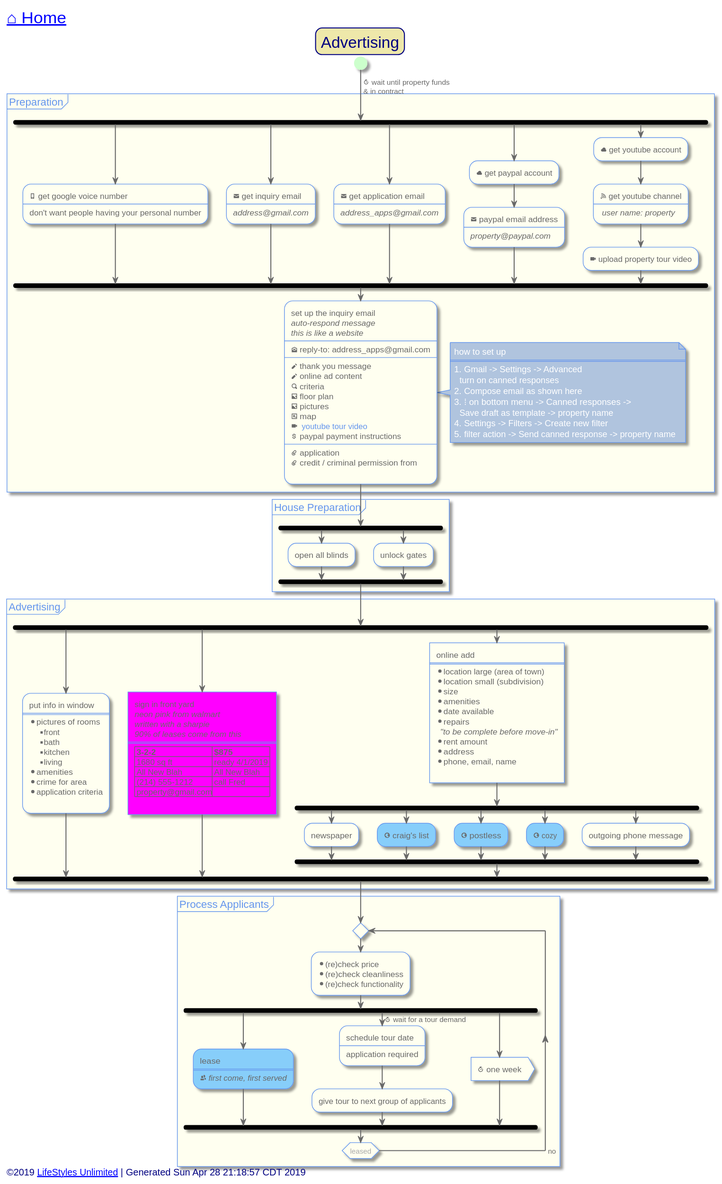
Earlier version of the PlantUML export out/src/single-family/advertising.svg (toddmo/lifestylesunlimited).
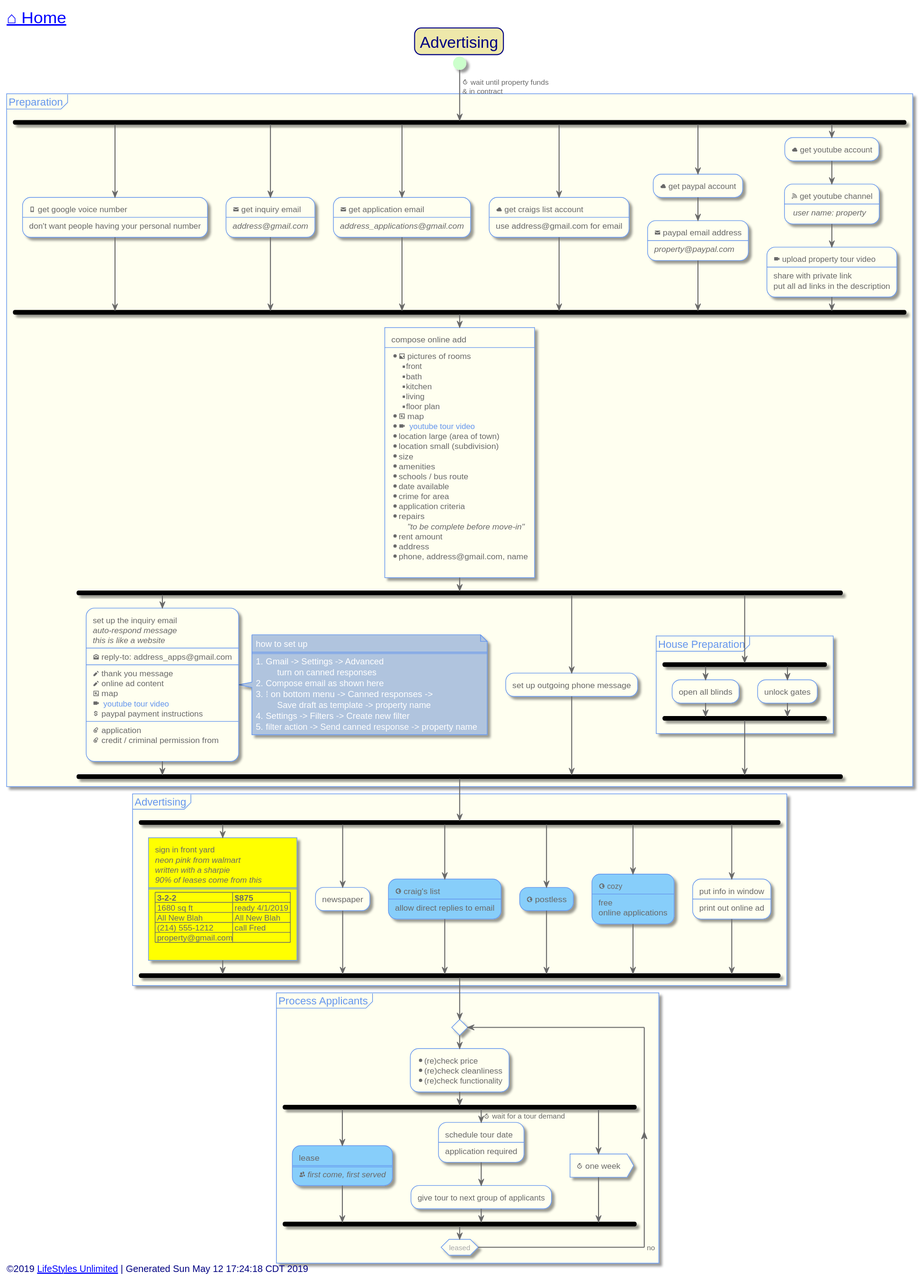
After the change.

Diff of the diagram source:
```diff
@@ -97,7 +97,12 @@
 		fork again
 			:<&envelope-closed> get application email
 			----
-			<i>address_apps@gmail.com;
+			<i>address_applications@gmail.com;
+		fork again
+			:<&cloud> get craigs list account
+			----
+			use address@gmail.com for email;
+
 		fork again
 			:<&cloud> get paypal account;
 			:<&envelope-closed> paypal email address
@@ -108,63 +113,80 @@
 			:<&rss> get youtube channel
 			----
 			<&user> <i>user name: property;
-			:<&video> upload property tour video;
+			:<&video> upload property tour video
+			----
+			share with private link
+			put all ad links in the description;
 		end fork
 
-		:set up the inquiry email
-		<i>auto-respond message
-		<i>this is like a website
+		:compose online add
 		----
-		<&envelope-open> reply-to: address_apps@gmail.com
-		----
-		<&pencil> thank you message
-		<&pencil> online ad content
-		<&magnifying-glass> criteria
-		<&image> floor plan
-		<&image> pictures
-		<&map> map
-		<&video> <color:cornflowerblue> youtube tour video
-		<&dollar> paypal payment instructions
-		----
-		<&paperclip> application
-		<&paperclip> credit / criminal permission from
-		;
-		note right
-			how to set up
-			====
-			# Gmail -> Settings -> Advanced
-			  turn on canned responses
-			# Compose email as shown here
-			# ⁞ on bottom menu -> Canned responses ->
-			  Save draft as template -> property name
-			# Settings -> Filters -> Create new filter
-			# filter action -> Send canned response -> property name
-		end note
-	}
+		* <&image> pictures of rooms
+		** front
+		** bath
+		** kitchen
+		** living
+		** floor plan
+		* <&map> map
+		* <&video> <color:cornflowerblue> youtube tour video
+		* location large (area of town)
+		* location small (subdivision)
+		* size
+		* amenities
+		* schools / bus route
+		* date available
+		* crime for area
+		* application criteria
+		* repairs
+			<i>"to be complete before move-in"
+		* rent amount
+		* address
+		* phone, address@gmail.com, name
+		]
 
-	partition "House Preparation" {
 		fork
-			:open all blinds;
+			:set up the inquiry email
+			<i>auto-respond message
+			<i>this is like a website
+			----
+			<&envelope-open> reply-to: address_apps@gmail.com
+			----
+			<&pencil> thank you message
+			<&pencil> online ad content
+			<&map> map
+			<&video> <color:cornflowerblue> youtube tour video
+			<&dollar> paypal payment instructions
+			----
+			<&paperclip> application
+			<&paperclip> credit / criminal permission from
+			;
+			note right
+				how to set up
+				====
+				# Gmail -> Settings -> Advanced
+					turn on canned responses
+				# Compose email as shown here
+				# ⁞ on bottom menu -> Canned responses ->
+					Save draft as template -> property name
+				# Settings -> Filters -> Create new filter
+				# filter action -> Send canned response -> property name
+			end note
 		fork again
-			:unlock gates;
+			:set up outgoing phone message;
+		fork again
+			partition "House Preparation" {
+				fork
+					:open all blinds;
+				fork again
+					:unlock gates;
+				end fork
+			}
 		end fork
 	}
 
 	partition Advertising {
 		fork
-			:put info in window
-			====
-			* pictures of rooms
-			** front
-			** bath
-			** kitchen
-			** living
-			* amenities
-			* crime for area
-			* application criteria
-			;
-		fork again
-			#Magenta:sign in front yard
+			#BUSINESS:sign in front yard
 			<i>neon pink from walmart
 			<i>written with a sharpie
 			<i>90% of leases come from this
@@ -176,30 +198,18 @@
 			| property@gmail.com||
 			]
 		fork again
-			:online add
-			====
-			* location large (area of town)
-			* location small (subdivision)
-			* size
-			* amenities
-			* date available
-			* repairs
-			  <i>"to be complete before move-in"
-			* rent amount
-			* address
-			* phone, email, name
-			]
-			fork
-				:newspaper;
-			fork again
-				[[https://dallas.craigslist.org]]#LightSkyBlue:<&globe> craig's list;
-			fork again
-				[[https://postless.com]]#LightSkyBlue:<&globe> postless;
-			fork again
-				[[https://cozy.co]]#LightSkyBlue:<&globe> cozy;
-			fork again
-				:outgoing phone message;
-			end fork
+			:newspaper;
+		fork again
+			[[https://dallas.craigslist.org]]#LightSkyBlue:<&globe> craig's list\n----\nallow direct replies to email;
+		fork again
+			[[https://postless.com]]#LightSkyBlue:<&globe> postless;
+		fork again
+			[[https://cozy.co]]#LightSkyBlue:<&globe> cozy\n----\nfree\nonline applications;
+		fork again
+			:put info in window
+			----
+			print out online ad;
+
 		end fork
 	}
 
@@ -226,7 +236,7 @@
 
 
 left footer
-	<font size=14>©2019 [[http://www.lifestylesunlimited.com LifeStyles Unlimited]] | Generated Sun Apr 28 21:18:57 CDT 2019</font>
+	<font size=14>©2019 [[http://www.lifestylesunlimited.com LifeStyles Unlimited]] | Generated Sun May 12 17:24:18 CDT 2019</font>
 endfooter
 
 
```
